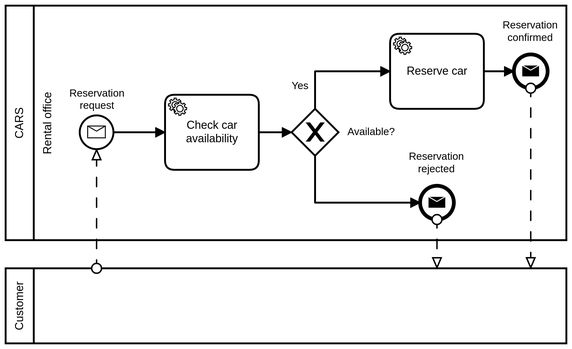
franco-ruggeri/polito-information-systems keeps this BPMN diagram as car_rental/models/reservation_process_to_be.png. Above is the earlier version. Its source is kept beside it as car_rental/models/reservation_process_to_be.bpmn. Ids are renumbered. Its diagram source:
```xml
<bpmn:definitions xmlns:bpmn="http://www.omg.org/spec/BPMN/20100524/MODEL" xmlns:bpmndi="http://www.omg.org/spec/BPMN/20100524/DI" xmlns:dc="http://www.omg.org/spec/DD/20100524/DC" xmlns:di="http://www.omg.org/spec/DD/20100524/DI" xmlns:modeler="http://camunda.org/schema/modeler/1.0" id="Definitions_n1" targetNamespace="http://bpmn.io/schema/bpmn" exporter="Camunda Modeler" exporterVersion="4.9.0" modeler:executionPlatform="Camunda Platform" modeler:executionPlatformVersion="7.15.0">
  <bpmn:collaboration id="Collaboration_n2">
    <bpmn:participant id="Participant_n3" name="CARS" processRef="Process_n4" />
    <bpmn:participant id="Participant_n5" name="Customer" processRef="Process_n6" />
    <bpmn:messageFlow id="Flow_n7" sourceRef="Participant_n5" targetRef="StartEvent_1" />
    <bpmn:messageFlow id="Flow_n8" sourceRef="Event_n9" targetRef="Participant_n5" />
    <bpmn:messageFlow id="Flow_n10" sourceRef="Event_n11" targetRef="Participant_n5" />
  </bpmn:collaboration>
  <bpmn:process id="Process_n4" isExecutable="true">
    <bpmn:laneSet id="LaneSet_n12">
      <bpmn:lane id="Lane_n13" name="Rental office">
        <bpmn:flowNodeRef>StartEvent_1</bpmn:flowNodeRef>
        <bpmn:flowNodeRef>Activity_n14</bpmn:flowNodeRef>
        <bpmn:flowNodeRef>Gateway_n15</bpmn:flowNodeRef>
        <bpmn:flowNodeRef>Event_n11</bpmn:flowNodeRef>
        <bpmn:flowNodeRef>Activity_n16</bpmn:flowNodeRef>
        <bpmn:flowNodeRef>Event_n9</bpmn:flowNodeRef>
      </bpmn:lane>
    </bpmn:laneSet>
    <bpmn:startEvent id="StartEvent_1" name="Reservation request">
      <bpmn:outgoing>Flow_n17</bpmn:outgoing>
      <bpmn:messageEventDefinition id="MessageEventDefinition_n18" />
    </bpmn:startEvent>
    <bpmn:sequenceFlow id="Flow_n17" sourceRef="StartEvent_1" targetRef="Activity_n14" />
    <bpmn:sequenceFlow id="Flow_n19" sourceRef="Activity_n16" targetRef="Event_n11" />
    <bpmn:sequenceFlow id="Flow_n20" sourceRef="Gateway_n15" targetRef="Event_n9" />
    <bpmn:sequenceFlow id="Flow_n21" name="Yes" sourceRef="Gateway_n15" targetRef="Activity_n16" />
    <bpmn:sequenceFlow id="Flow_n22" sourceRef="Activity_n14" targetRef="Gateway_n15" />
    <bpmn:endEvent id="Event_n9" name="Reservation rejected">
      <bpmn:incoming>Flow_n20</bpmn:incoming>
      <bpmn:messageEventDefinition id="MessageEventDefinition_n23" />
    </bpmn:endEvent>
    <bpmn:serviceTask id="Activity_n16" name="Reserve car">
      <bpmn:incoming>Flow_n21</bpmn:incoming>
      <bpmn:outgoing>Flow_n19</bpmn:outgoing>
    </bpmn:serviceTask>
    <bpmn:endEvent id="Event_n11" name="Reservation confirmed">
      <bpmn:incoming>Flow_n19</bpmn:incoming>
      <bpmn:messageEventDefinition id="MessageEventDefinition_n24" />
    </bpmn:endEvent>
    <bpmn:exclusiveGateway id="Gateway_n15" name="Available?">
      <bpmn:incoming>Flow_n22</bpmn:incoming>
      <bpmn:outgoing>Flow_n21</bpmn:outgoing>
      <bpmn:outgoing>Flow_n20</bpmn:outgoing>
    </bpmn:exclusiveGateway>
    <bpmn:serviceTask id="Activity_n14" name="Check car availability">
      <bpmn:incoming>Flow_n17</bpmn:incoming>
      <bpmn:outgoing>Flow_n22</bpmn:outgoing>
    </bpmn:serviceTask>
  </bpmn:process>
  <bpmn:process id="Process_n6" isExecutable="false" />
  <bpmndi:BPMNDiagram id="BPMNDiagram_1">
    <bpmndi:BPMNPlane id="BPMNPlane_1" bpmnElement="Collaboration_n2">
      <bpmndi:BPMNShape id="Participant_n3_di" bpmnElement="Participant_n3" isHorizontal="true">
        <dc:Bounds x="160" y="50" width="598" height="250" />
      </bpmndi:BPMNShape>
      <bpmndi:BPMNShape id="Lane_n13_di" bpmnElement="Lane_n13" isHorizontal="true">
        <dc:Bounds x="190" y="50" width="568" height="250" />
      </bpmndi:BPMNShape>
      <bpmndi:BPMNEdge id="Flow_n17_di" bpmnElement="Flow_n17">
        <di:waypoint x="275" y="185" />
        <di:waypoint x="330" y="185" />
      </bpmndi:BPMNEdge>
      <bpmndi:BPMNEdge id="Flow_n22_di" bpmnElement="Flow_n22">
        <di:waypoint x="430" y="185" />
        <di:waypoint x="465" y="185" />
      </bpmndi:BPMNEdge>
      <bpmndi:BPMNEdge id="Flow_n21_di" bpmnElement="Flow_n21">
        <di:waypoint x="490" y="160" />
        <di:waypoint x="490" y="120" />
        <di:waypoint x="570" y="120" />
        <bpmndi:BPMNLabel>
          <dc:Bounds x="465" y="129" width="19" height="14" />
        </bpmndi:BPMNLabel>
      </bpmndi:BPMNEdge>
      <bpmndi:BPMNEdge id="Flow_n19_di" bpmnElement="Flow_n19">
        <di:waypoint x="670" y="120" />
        <di:waypoint x="702" y="120" />
      </bpmndi:BPMNEdge>
      <bpmndi:BPMNEdge id="Flow_n20_di" bpmnElement="Flow_n20">
        <di:waypoint x="490" y="210" />
        <di:waypoint x="490" y="260" />
        <di:waypoint x="602" y="260" />
      </bpmndi:BPMNEdge>
      <bpmndi:BPMNShape id="Event_17bifyu_di" bpmnElement="StartEvent_1">
        <dc:Bounds x="239" y="167" width="36" height="36" />
        <bpmndi:BPMNLabel>
          <dc:Bounds x="228" y="137" width="59" height="27" />
        </bpmndi:BPMNLabel>
      </bpmndi:BPMNShape>
      <bpmndi:BPMNShape id="Activity_19m8t4h_di" bpmnElement="Activity_n14">
        <dc:Bounds x="330" y="145" width="100" height="80" />
      </bpmndi:BPMNShape>
      <bpmndi:BPMNShape id="Gateway_n15_di" bpmnElement="Gateway_n15" isMarkerVisible="true">
        <dc:Bounds x="465" y="160" width="50" height="50" />
        <bpmndi:BPMNLabel>
          <dc:Bounds x="524.5" y="178" width="51" height="14" />
        </bpmndi:BPMNLabel>
      </bpmndi:BPMNShape>
      <bpmndi:BPMNShape id="Activity_0e4qfr0_di" bpmnElement="Activity_n16">
        <dc:Bounds x="570" y="80" width="100" height="80" />
      </bpmndi:BPMNShape>
      <bpmndi:BPMNShape id="Event_0jk2n0m_di" bpmnElement="Event_n11">
        <dc:Bounds x="702" y="102" width="36" height="36" />
        <bpmndi:BPMNLabel>
          <dc:Bounds x="690" y="64.5" width="59" height="27" />
        </bpmndi:BPMNLabel>
      </bpmndi:BPMNShape>
      <bpmndi:BPMNShape id="Event_025sgg9_di" bpmnElement="Event_n9">
        <dc:Bounds x="602" y="242" width="36" height="36" />
        <bpmndi:BPMNLabel>
          <dc:Bounds x="590" y="204.5" width="59" height="27" />
        </bpmndi:BPMNLabel>
      </bpmndi:BPMNShape>
      <bpmndi:BPMNShape id="Participant_n5_di" bpmnElement="Participant_n5" isHorizontal="true">
        <dc:Bounds x="160" y="330" width="598" height="80" />
      </bpmndi:BPMNShape>
      <bpmndi:BPMNEdge id="Flow_n7_di" bpmnElement="Flow_n7">
        <di:waypoint x="257" y="330" />
        <di:waypoint x="257" y="203" />
      </bpmndi:BPMNEdge>
      <bpmndi:BPMNEdge id="Flow_n8_di" bpmnElement="Flow_n8">
        <di:waypoint x="620" y="278" />
        <di:waypoint x="620" y="330" />
      </bpmndi:BPMNEdge>
      <bpmndi:BPMNEdge id="Flow_n10_di" bpmnElement="Flow_n10">
        <di:waypoint x="720" y="138" />
        <di:waypoint x="720" y="330" />
      </bpmndi:BPMNEdge>
    </bpmndi:BPMNPlane>
  </bpmndi:BPMNDiagram>
</bpmn:definitions>
```
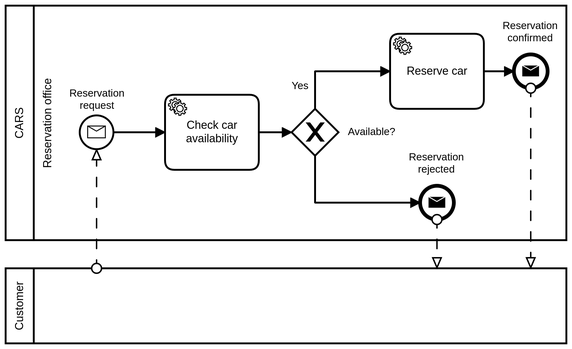
Later version of the same file.

Diff of the diagram source:
```diff
@@ -8,7 +8,7 @@
   </bpmn:collaboration>
   <bpmn:process id="Process_n4" isExecutable="true">
     <bpmn:laneSet id="LaneSet_n12">
-      <bpmn:lane id="Lane_n13" name="Rental office">
+      <bpmn:lane id="Lane_n13" name="Reservation office">
         <bpmn:flowNodeRef>StartEvent_1</bpmn:flowNodeRef>
         <bpmn:flowNodeRef>Activity_n14</bpmn:flowNodeRef>
         <bpmn:flowNodeRef>Gateway_n15</bpmn:flowNodeRef>
@@ -57,10 +57,6 @@
       <bpmndi:BPMNShape id="Lane_n13_di" bpmnElement="Lane_n13" isHorizontal="true">
         <dc:Bounds x="190" y="50" width="568" height="250" />
       </bpmndi:BPMNShape>
-      <bpmndi:BPMNEdge id="Flow_n17_di" bpmnElement="Flow_n17">
-        <di:waypoint x="275" y="185" />
-        <di:waypoint x="330" y="185" />
-      </bpmndi:BPMNEdge>
       <bpmndi:BPMNEdge id="Flow_n22_di" bpmnElement="Flow_n22">
         <di:waypoint x="430" y="185" />
         <di:waypoint x="465" y="185" />
@@ -73,14 +69,18 @@
           <dc:Bounds x="465" y="129" width="19" height="14" />
         </bpmndi:BPMNLabel>
       </bpmndi:BPMNEdge>
+      <bpmndi:BPMNEdge id="Flow_n20_di" bpmnElement="Flow_n20">
+        <di:waypoint x="490" y="210" />
+        <di:waypoint x="490" y="260" />
+        <di:waypoint x="602" y="260" />
+      </bpmndi:BPMNEdge>
       <bpmndi:BPMNEdge id="Flow_n19_di" bpmnElement="Flow_n19">
         <di:waypoint x="670" y="120" />
         <di:waypoint x="702" y="120" />
       </bpmndi:BPMNEdge>
-      <bpmndi:BPMNEdge id="Flow_n20_di" bpmnElement="Flow_n20">
-        <di:waypoint x="490" y="210" />
-        <di:waypoint x="490" y="260" />
-        <di:waypoint x="602" y="260" />
+      <bpmndi:BPMNEdge id="Flow_n17_di" bpmnElement="Flow_n17">
+        <di:waypoint x="275" y="185" />
+        <di:waypoint x="330" y="185" />
       </bpmndi:BPMNEdge>
       <bpmndi:BPMNShape id="Event_17bifyu_di" bpmnElement="StartEvent_1">
         <dc:Bounds x="239" y="167" width="36" height="36" />
@@ -88,13 +88,10 @@
           <dc:Bounds x="228" y="137" width="59" height="27" />
         </bpmndi:BPMNLabel>
       </bpmndi:BPMNShape>
-      <bpmndi:BPMNShape id="Activity_19m8t4h_di" bpmnElement="Activity_n14">
-        <dc:Bounds x="330" y="145" width="100" height="80" />
-      </bpmndi:BPMNShape>
-      <bpmndi:BPMNShape id="Gateway_n15_di" bpmnElement="Gateway_n15" isMarkerVisible="true">
-        <dc:Bounds x="465" y="160" width="50" height="50" />
+      <bpmndi:BPMNShape id="Event_025sgg9_di" bpmnElement="Event_n9">
+        <dc:Bounds x="602" y="242" width="36" height="36" />
         <bpmndi:BPMNLabel>
-          <dc:Bounds x="524.5" y="178" width="51" height="14" />
+          <dc:Bounds x="590" y="204.5" width="59" height="27" />
         </bpmndi:BPMNLabel>
       </bpmndi:BPMNShape>
       <bpmndi:BPMNShape id="Activity_0e4qfr0_di" bpmnElement="Activity_n16">
@@ -106,11 +103,14 @@
           <dc:Bounds x="690" y="64.5" width="59" height="27" />
         </bpmndi:BPMNLabel>
       </bpmndi:BPMNShape>
-      <bpmndi:BPMNShape id="Event_025sgg9_di" bpmnElement="Event_n9">
-        <dc:Bounds x="602" y="242" width="36" height="36" />
+      <bpmndi:BPMNShape id="Gateway_n15_di" bpmnElement="Gateway_n15" isMarkerVisible="true">
+        <dc:Bounds x="465" y="160" width="50" height="50" />
         <bpmndi:BPMNLabel>
-          <dc:Bounds x="590" y="204.5" width="59" height="27" />
+          <dc:Bounds x="524.5" y="178" width="51" height="14" />
         </bpmndi:BPMNLabel>
+      </bpmndi:BPMNShape>
+      <bpmndi:BPMNShape id="Activity_19m8t4h_di" bpmnElement="Activity_n14">
+        <dc:Bounds x="330" y="145" width="100" height="80" />
       </bpmndi:BPMNShape>
       <bpmndi:BPMNShape id="Participant_n5_di" bpmnElement="Participant_n5" isHorizontal="true">
         <dc:Bounds x="160" y="330" width="598" height="80" />
```
